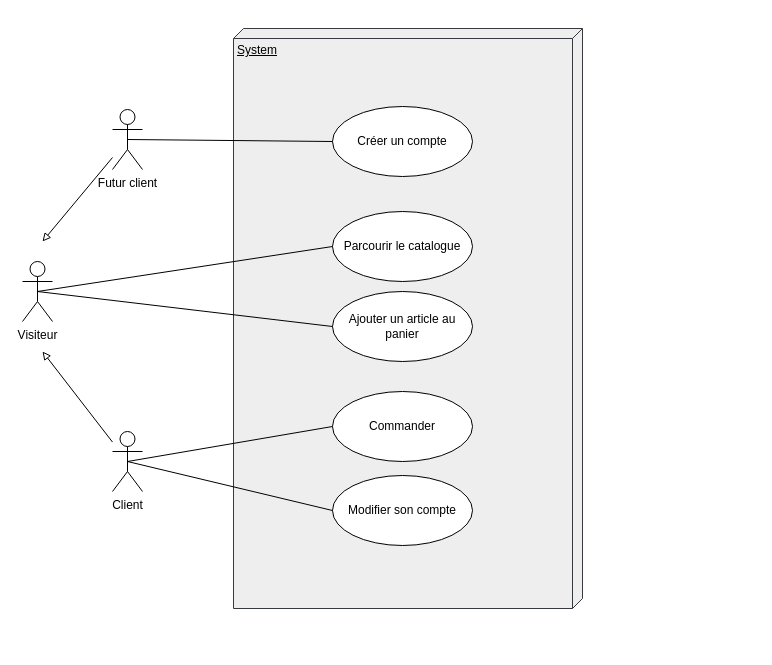
Earlier version of the draw.io diagram Diagramme de cas d'utilisation 1.drawio (vinsbld/OCP). Source tidied: cells renumbered, new cells numbered last; positions are measured from the earlier drawing's top-left corner, leaving out a move shared by most shapes. Both pictures are drawn from the tidied source at 100%, with x=0, y=0 at pixel (22, 28).
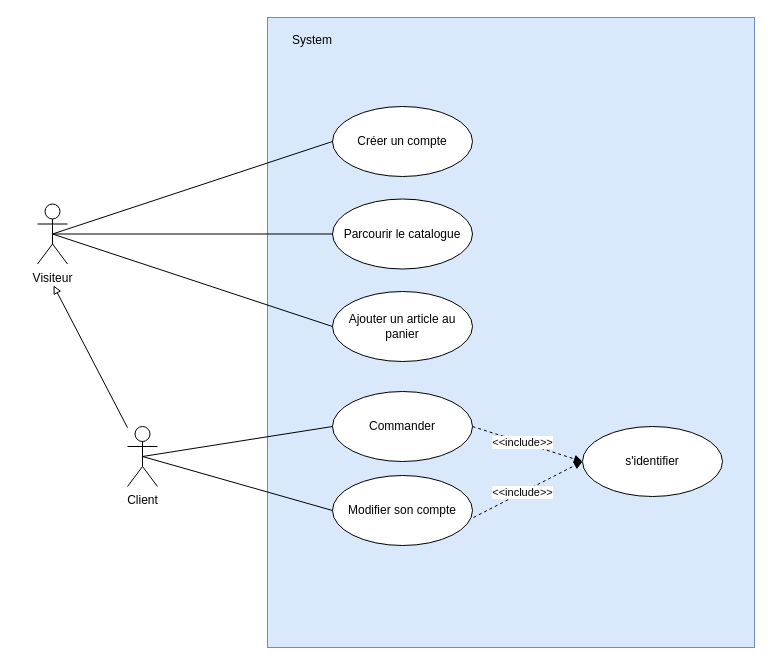
Above is the later version.

Unchanged cells that the change refers to:
```xml
<mxCell id="8" value="Créer un compte" style="ellipse;whiteSpace=wrap;html=1;" parent="1" vertex="1">
  <mxGeometry x="310" y="78" width="140" height="70" as="geometry" />
</mxCell>
<mxCell id="11" value="Commander" style="ellipse;whiteSpace=wrap;html=1;" parent="1" vertex="1">
  <mxGeometry x="310" y="363" width="140" height="70" as="geometry" />
</mxCell>
<mxCell id="12" value="Modifier son compte" style="ellipse;whiteSpace=wrap;html=1;" parent="1" vertex="1">
  <mxGeometry x="310" y="447" width="140" height="70" as="geometry" />
</mxCell>
```

What changed in the source:
```diff
@@
-    <mxCell id="2" value="System" style="verticalAlign=top;align=left;spacingTop=8;spacingLeft=2;spacingRight=12;shape=cube;size=10;direction=south;fontStyle=4;html=1;fillColor=#eeeeee;strokeColor=#36393d;" parent="1" vertex="1">
-      <mxGeometry x="211" width="349" height="580" as="geometry" />
-    </mxCell>
-    <mxCell id="3" style="rounded=0;jettySize=auto;html=1;endArrow=block;endFill=0;" parent="1" edge="1" source="4">
-      <mxGeometry relative="1" as="geometry">
-        <mxPoint x="20" y="213" as="targetPoint" />
-      </mxGeometry>
-    </mxCell>
-    <mxCell id="4" value="Futur client" style="shape=umlActor;verticalLabelPosition=bottom;labelBackgroundColor=#ffffff;verticalAlign=top;html=1;" parent="1" vertex="1">
-      <mxGeometry x="90" y="81" width="30" height="60" as="geometry" />
-    </mxCell>
+    <mxCell id="18" style="rounded=0;whiteSpace=wrap;html=1;fillColor=#dae8fc;strokeColor=#6c8ebf;" parent="1" vertex="1">
+      <mxGeometry x="245" y="-11" width="487" height="630" as="geometry" />
+    </mxCell>
     <mxCell id="5" value="Visiteur" style="shape=umlActor;verticalLabelPosition=bottom;labelBackgroundColor=#ffffff;verticalAlign=top;html=1;" parent="1" vertex="1">
-      <mxGeometry y="233" width="30" height="60" as="geometry" />
+      <mxGeometry x="15" y="175.5" width="30" height="60" as="geometry" />
     </mxCell>
     <mxCell id="6" style="edgeStyle=none;rounded=0;jettySize=auto;html=1;endArrow=block;endFill=0;" parent="1" edge="1" source="7">
       <mxGeometry relative="1" as="geometry">
-        <mxPoint x="20" y="323" as="targetPoint" />
+        <mxPoint x="31" y="257" as="targetPoint" />
       </mxGeometry>
     </mxCell>
     <mxCell id="7" value="Client" style="shape=umlActor;verticalLabelPosition=bottom;labelBackgroundColor=#ffffff;verticalAlign=top;html=1;" parent="1" vertex="1">
-      <mxGeometry x="90" y="403" width="30" height="60" as="geometry" />
+      <mxGeometry x="105" y="398" width="30" height="60" as="geometry" />
     </mxCell>
@@
     <mxCell id="9" value="Parcourir le catalogue" style="ellipse;whiteSpace=wrap;html=1;" parent="1" vertex="1">
-      <mxGeometry x="310" y="183" width="140" height="70" as="geometry" />
+      <mxGeometry x="310" y="170.5" width="140" height="70" as="geometry" />
     </mxCell>
@@
-    <mxCell id="13" style="endArrow=none;html=1;entryX=0;entryY=0.5;entryDx=0;entryDy=0;exitX=0.5;exitY=0.5;exitDx=0;exitDy=0;exitPerimeter=0;" parent="1" edge="1" source="4" target="8">
+    <mxCell id="13" style="endArrow=none;html=1;entryX=0;entryY=0.5;entryDx=0;entryDy=0;exitX=0.5;exitY=0.5;exitDx=0;exitDy=0;exitPerimeter=0;" parent="1" edge="1" source="5" target="8">
       <mxGeometry relative="1" as="geometry" />
     </mxCell>
@@
+    <mxCell id="19" value="s'identifier" style="ellipse;whiteSpace=wrap;html=1;" parent="1" vertex="1">
+      <mxGeometry x="560" y="398" width="140" height="70" as="geometry" />
+    </mxCell>
+    <mxCell id="20" value="&amp;lt;&amp;lt;include&amp;gt;&amp;gt;" style="html=1;verticalAlign=bottom;endArrow=block;dashed=1;entryX=0;entryY=0.5;entryDx=0;entryDy=0;exitX=1;exitY=0.5;exitDx=0;exitDy=0;" parent="1" edge="1" source="11" target="19">
+      <mxGeometry x="-0.04" y="-9" relative="1" as="geometry" />
+    </mxCell>
+    <mxCell id="21" value="&amp;lt;&amp;lt;include&amp;gt;&amp;gt;" style="html=1;verticalAlign=bottom;endArrow=block;dashed=1;entryX=0;entryY=0.5;entryDx=0;entryDy=0;exitX=1.007;exitY=0.6;exitDx=0;exitDy=0;exitPerimeter=0;" parent="1" edge="1" source="12" target="19">
+      <mxGeometry x="-0.17" y="-8" relative="1" as="geometry" />
+    </mxCell>
+    <mxCell id="2" value="System" style="text;html=1;strokeColor=none;fillColor=none;align=center;verticalAlign=middle;whiteSpace=wrap;rounded=0;" parent="1" vertex="1">
+      <mxGeometry x="270" y="2" width="40" height="20" as="geometry" />
+    </mxCell>
```
